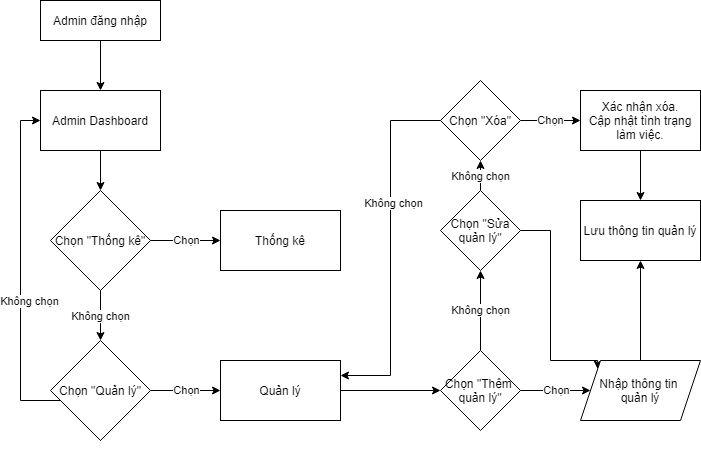
Before: Report2_System_Design/GCF Charts/GCF_Admin.png, a diagram exported from draw.io (baolongnguyenmac/CinemaManagementSystem). Source tidied: cells renumbered, new cells last; positions are measured from the earlier drawing's top-left corner, leaving out a move shared by most shapes. Its diagram source:
```xml
<mxGraphModel>
  <root>
    <mxCell id="0" />
    <mxCell id="1" parent="0" />
    <mxCell id="2" style="edgeStyle=orthogonalEdgeStyle;rounded=0;jettySize=auto;html=1;exitX=0.5;exitY=1;exitDx=0;exitDy=0;entryX=0.5;entryY=0;entryDx=0;entryDy=0;" parent="1" edge="1" source="3" target="5">
      <mxGeometry relative="1" as="geometry" />
    </mxCell>
    <mxCell id="3" value="Admin đăng nhập" style="rounded=0;whiteSpace=wrap;html=1;fontSize=12;glass=0;strokeWidth=1;shadow=0;" parent="1" vertex="1">
      <mxGeometry x="20" width="120" height="40" as="geometry" />
    </mxCell>
    <mxCell id="4" style="edgeStyle=orthogonalEdgeStyle;rounded=0;jettySize=auto;html=1;" parent="1" edge="1" source="5" target="8">
      <mxGeometry relative="1" as="geometry" />
    </mxCell>
    <mxCell id="5" value="Admin Dashboard" style="rounded=0;whiteSpace=wrap;html=1;" parent="1" vertex="1">
      <mxGeometry x="20" y="90" width="120" height="60" as="geometry" />
    </mxCell>
    <mxCell id="6" value="Chọn" style="edgeStyle=orthogonalEdgeStyle;rounded=0;jettySize=auto;html=1;" parent="1" edge="1" source="8" target="9">
      <mxGeometry relative="1" as="geometry" />
    </mxCell>
    <mxCell id="7" value="Không chọn" style="edgeStyle=orthogonalEdgeStyle;rounded=0;jettySize=auto;html=1;" parent="1" edge="1" source="8" target="13">
      <mxGeometry relative="1" as="geometry" />
    </mxCell>
    <mxCell id="8" value="Chọn &quot;Thống kê&quot;" style="rhombus;whiteSpace=wrap;html=1;" parent="1" vertex="1">
      <mxGeometry x="30" y="190" width="100" height="100" as="geometry" />
    </mxCell>
    <mxCell id="9" value="Thống kê" style="whiteSpace=wrap;html=1;" parent="1" vertex="1">
      <mxGeometry x="200" y="210" width="120" height="60" as="geometry" />
    </mxCell>
    <mxCell id="10" value="Chọn" style="edgeStyle=orthogonalEdgeStyle;rounded=0;jettySize=auto;html=1;" parent="1" edge="1" source="13" target="15">
      <mxGeometry relative="1" as="geometry" />
    </mxCell>
    <mxCell id="11" style="edgeStyle=orthogonalEdgeStyle;rounded=0;jettySize=auto;html=1;entryX=0;entryY=0.5;entryDx=0;entryDy=0;" parent="1" edge="1" source="13" target="5">
      <mxGeometry relative="1" as="geometry">
        <Array as="points">
          <mxPoint x="80" y="400" />
          <mxPoint y="400" />
          <mxPoint y="120" />
        </Array>
      </mxGeometry>
    </mxCell>
    <mxCell id="12" value="Không chọn" style="edgeLabel;html=1;align=center;verticalAlign=middle;" parent="11" vertex="1">
      <mxGeometry x="0.05" y="-8" relative="1" as="geometry" />
    </mxCell>
    <mxCell id="13" value="Chọn &quot;Quản lý&quot;" style="rhombus;whiteSpace=wrap;html=1;" parent="1" vertex="1">
      <mxGeometry x="30" y="340" width="100" height="100" as="geometry" />
    </mxCell>
    <mxCell id="14" style="edgeStyle=orthogonalEdgeStyle;rounded=0;jettySize=auto;html=1;" parent="1" edge="1" source="15" target="18">
      <mxGeometry relative="1" as="geometry" />
    </mxCell>
    <mxCell id="15" value="Quản lý" style="whiteSpace=wrap;html=1;" parent="1" vertex="1">
      <mxGeometry x="200" y="360" width="120" height="60" as="geometry" />
    </mxCell>
    <mxCell id="16" value="Không chọn" style="edgeStyle=orthogonalEdgeStyle;rounded=0;jettySize=auto;html=1;" parent="1" edge="1" source="18" target="21">
      <mxGeometry relative="1" as="geometry" />
    </mxCell>
    <mxCell id="17" value="Chọn" style="edgeStyle=orthogonalEdgeStyle;rounded=0;jettySize=auto;html=1;" parent="1" edge="1" source="18" target="27">
      <mxGeometry relative="1" as="geometry" />
    </mxCell>
    <mxCell id="18" value="Chọn &quot;Thêm&amp;nbsp; quản lý&quot;" style="rhombus;whiteSpace=wrap;html=1;" parent="1" vertex="1">
      <mxGeometry x="420" y="350" width="80" height="80" as="geometry" />
    </mxCell>
    <mxCell id="19" value="Không chọn" style="edgeStyle=orthogonalEdgeStyle;rounded=0;jettySize=auto;html=1;" parent="1" edge="1" source="21" target="25">
      <mxGeometry relative="1" as="geometry" />
    </mxCell>
    <mxCell id="20" style="edgeStyle=orthogonalEdgeStyle;rounded=0;jettySize=auto;html=1;entryX=0;entryY=0;entryDx=0;entryDy=0;" parent="1" edge="1" source="21" target="27">
      <mxGeometry relative="1" as="geometry">
        <Array as="points">
          <mxPoint x="530" y="230" />
          <mxPoint x="530" y="360" />
          <mxPoint x="577" y="360" />
        </Array>
      </mxGeometry>
    </mxCell>
    <mxCell id="21" value="Chọn &quot;Sửa quản lý&quot;" style="rhombus;whiteSpace=wrap;html=1;" parent="1" vertex="1">
      <mxGeometry x="420" y="190" width="80" height="80" as="geometry" />
    </mxCell>
    <mxCell id="22" value="Chọn" style="edgeStyle=orthogonalEdgeStyle;rounded=0;jettySize=auto;html=1;" parent="1" edge="1" source="25" target="30">
      <mxGeometry relative="1" as="geometry" />
    </mxCell>
    <mxCell id="23" style="edgeStyle=orthogonalEdgeStyle;rounded=0;jettySize=auto;html=1;entryX=1;entryY=0.25;entryDx=0;entryDy=0;" parent="1" edge="1" source="25" target="15">
      <mxGeometry relative="1" as="geometry" />
    </mxCell>
    <mxCell id="24" value="Không chọn" style="edgeLabel;html=1;align=center;verticalAlign=middle;" parent="23" vertex="1">
      <mxGeometry x="-0.26" y="2" relative="1" as="geometry" />
    </mxCell>
    <mxCell id="25" value="Chọn &quot;Xóa&quot;" style="rhombus;whiteSpace=wrap;html=1;" parent="1" vertex="1">
      <mxGeometry x="420" y="80" width="80" height="80" as="geometry" />
    </mxCell>
    <mxCell id="26" style="edgeStyle=orthogonalEdgeStyle;rounded=0;jettySize=auto;html=1;" parent="1" edge="1" source="27" target="28">
      <mxGeometry relative="1" as="geometry" />
    </mxCell>
    <mxCell id="27" value="Nhập thông tin &lt;br&gt;quản lý" style="shape=parallelogram;perimeter=parallelogramPerimeter;whiteSpace=wrap;html=1;fixedSize=1;" parent="1" vertex="1">
      <mxGeometry x="560" y="360" width="120" height="60" as="geometry" />
    </mxCell>
    <mxCell id="28" value="Lưu thông tin quản lý" style="whiteSpace=wrap;html=1;" parent="1" vertex="1">
      <mxGeometry x="560" y="200" width="120" height="60" as="geometry" />
    </mxCell>
    <mxCell id="29" style="edgeStyle=orthogonalEdgeStyle;rounded=0;jettySize=auto;html=1;" parent="1" edge="1" source="30" target="28">
      <mxGeometry relative="1" as="geometry" />
    </mxCell>
    <mxCell id="30" value="Xác nhận xóa.&lt;br&gt;Cập nhật tình trạng làm việc." style="whiteSpace=wrap;html=1;" parent="1" vertex="1">
      <mxGeometry x="560" y="90" width="120" height="60" as="geometry" />
    </mxCell>
  </root>
</mxGraphModel>
```
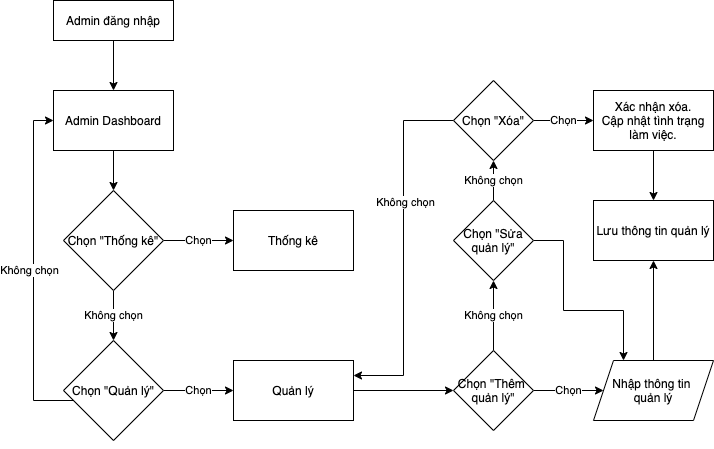
The same file after the commit.

Diff of the diagram source:
```diff
@@ -39,7 +39,9 @@
       </mxGeometry>
     </mxCell>
     <mxCell id="12" value="Không chọn" style="edgeLabel;html=1;align=center;verticalAlign=middle;" parent="11" vertex="1">
-      <mxGeometry x="0.05" y="-8" relative="1" as="geometry" />
+      <mxGeometry x="0.05" y="-8" relative="1" as="geometry">
+        <mxPoint x="-12" y="-30" as="offset" />
+      </mxGeometry>
     </mxCell>
     <mxCell id="13" value="Chọn &quot;Quản lý&quot;" style="rhombus;whiteSpace=wrap;html=1;" parent="1" vertex="1">
       <mxGeometry x="30" y="340" width="100" height="100" as="geometry" />
@@ -62,17 +64,17 @@
     <mxCell id="19" value="Không chọn" style="edgeStyle=orthogonalEdgeStyle;rounded=0;jettySize=auto;html=1;" parent="1" edge="1" source="21" target="25">
       <mxGeometry relative="1" as="geometry" />
     </mxCell>
-    <mxCell id="20" style="edgeStyle=orthogonalEdgeStyle;rounded=0;jettySize=auto;html=1;entryX=0;entryY=0;entryDx=0;entryDy=0;" parent="1" edge="1" source="21" target="27">
+    <mxCell id="20" style="edgeStyle=orthogonalEdgeStyle;rounded=0;jettySize=auto;html=1;entryX=0.25;entryY=0;entryDx=0;entryDy=0;exitX=1;exitY=0.5;exitDx=0;exitDy=0;" parent="1" edge="1" source="21" target="27">
       <mxGeometry relative="1" as="geometry">
         <Array as="points">
-          <mxPoint x="530" y="230" />
-          <mxPoint x="530" y="360" />
-          <mxPoint x="577" y="360" />
+          <mxPoint x="530" y="240" />
+          <mxPoint x="530" y="310" />
+          <mxPoint x="590" y="310" />
         </Array>
       </mxGeometry>
     </mxCell>
     <mxCell id="21" value="Chọn &quot;Sửa quản lý&quot;" style="rhombus;whiteSpace=wrap;html=1;" parent="1" vertex="1">
-      <mxGeometry x="420" y="190" width="80" height="80" as="geometry" />
+      <mxGeometry x="420" y="200" width="80" height="80" as="geometry" />
     </mxCell>
     <mxCell id="22" value="Chọn" style="edgeStyle=orthogonalEdgeStyle;rounded=0;jettySize=auto;html=1;" parent="1" edge="1" source="25" target="30">
       <mxGeometry relative="1" as="geometry" />
```
